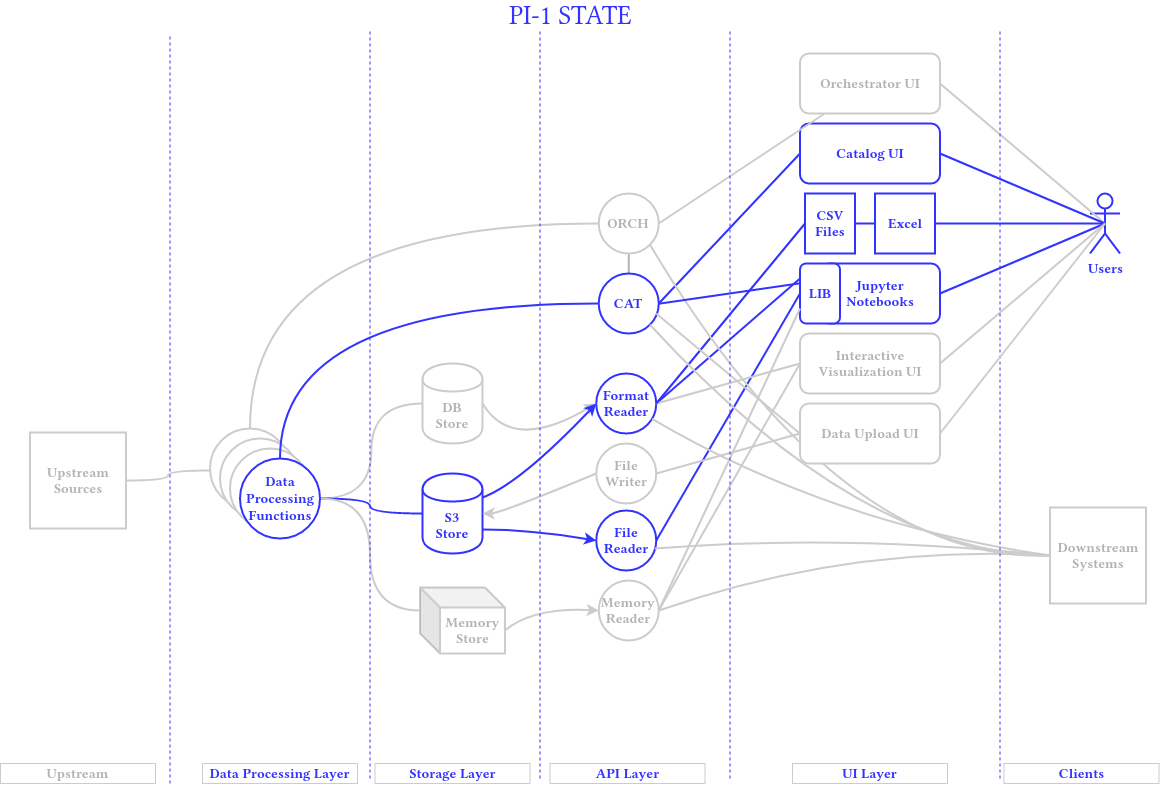
Above: light-pi1-state.png in victor-kolesnikov/light-design (draw.io), before the change. Source tidied: cells renumbered, new cells last; positions are measured from the earlier drawing's top-left corner, leaving out a move shared by most shapes.
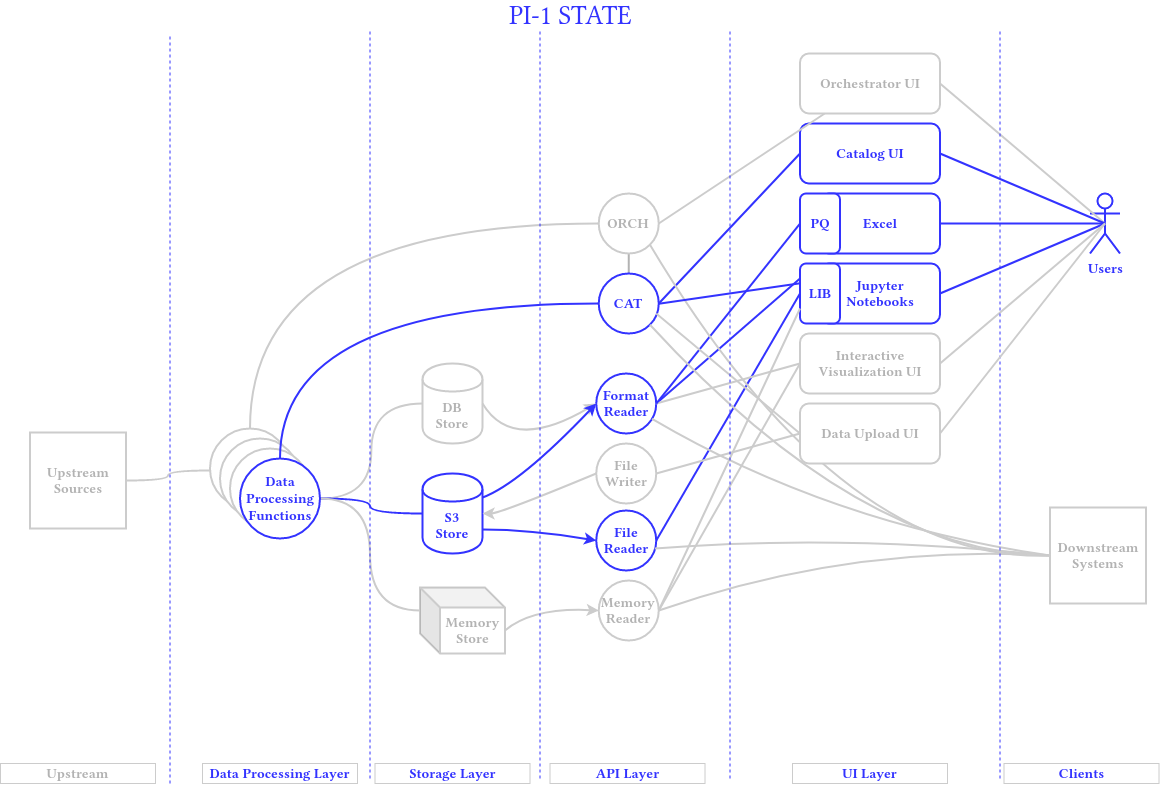
After the change.

What changed in the source:
```diff
@@ -102,7 +102,7 @@
     <mxCell id="29" style="endArrow=none;html=1;strokeColor=#CCCCCC;strokeWidth=2;exitX=1;exitY=0.5;exitDx=0;exitDy=0;entryX=0;entryY=0.5;entryDx=0;entryDy=0;endFill=0;fontColor=#B3B3B3;" parent="1" edge="1" source="7" target="22">
       <mxGeometry relative="1" as="geometry" />
     </mxCell>
-    <mxCell id="30" style="endArrow=none;html=1;strokeColor=#3333FF;strokeWidth=2;exitX=1;exitY=0.5;exitDx=0;exitDy=0;entryX=0;entryY=0.5;entryDx=0;entryDy=0;endFill=0;fontColor=#3333FF;" parent="1" edge="1" source="4" target="72">
+    <mxCell id="30" style="endArrow=none;html=1;strokeColor=#3333FF;strokeWidth=2;exitX=1;exitY=0.5;exitDx=0;exitDy=0;entryX=0;entryY=0.5;entryDx=0;entryDy=0;endFill=0;fontColor=#3333FF;" parent="1" edge="1" source="4" target="73">
       <mxGeometry relative="1" as="geometry" />
     </mxCell>
     <mxCell id="31" style="endArrow=none;html=1;strokeColor=#3333FF;strokeWidth=2;entryX=1;entryY=0.5;entryDx=0;entryDy=0;exitX=0.5;exitY=0.5;exitDx=0;exitDy=0;exitPerimeter=0;fontColor=#3333FF;" parent="1" edge="1" source="17" target="70">
@@ -273,14 +273,11 @@
         <mxPoint x="799.8" y="277.7" as="targetPoint" />
       </mxGeometry>
     </mxCell>
-    <mxCell id="70" value="&lt;font size=&quot;1&quot; color=&quot;#3333FF&quot;&gt;&lt;b style=&quot;font-size: 14px&quot;&gt;Excel &lt;br&gt;&lt;/b&gt;&lt;/font&gt;" style="rounded=0;whiteSpace=wrap;html=1;strokeColor=#3333FF;strokeWidth=2;fillColor=#FFFFFF;" parent="1" vertex="1">
-      <mxGeometry x="874.5" y="188" width="60" height="60" as="geometry" />
+    <mxCell id="70" value="&lt;font style=&quot;font-size: 14px&quot;&gt;&lt;b&gt;&lt;font style=&quot;font-size: 14px&quot; color=&quot;#3333FF&quot;&gt;Excel&lt;/font&gt;&lt;/b&gt;&lt;/font&gt;" style="rounded=1;whiteSpace=wrap;html=1;strokeColor=#3333FF;strokeWidth=2;fillColor=#FFFFFF;" parent="1" vertex="1">
+      <mxGeometry x="819.5" y="188" width="120" height="60" as="geometry" />
     </mxCell>
-    <mxCell id="71" style="edgeStyle=orthogonalEdgeStyle;rounded=0;jettySize=auto;html=1;exitX=1;exitY=0.5;exitDx=0;exitDy=0;entryX=0;entryY=0.5;entryDx=0;entryDy=0;strokeColor=#3333FF;endArrow=none;endFill=0;strokeWidth=2;" parent="1" edge="1" source="72" target="70">
-      <mxGeometry relative="1" as="geometry" />
-    </mxCell>
-    <mxCell id="72" value="&lt;div style=&quot;font-size: 14px;&quot;&gt;CSV&lt;/div&gt;&lt;div style=&quot;font-size: 14px;&quot;&gt;Files&lt;br style=&quot;font-size: 14px;&quot;&gt;&lt;/div&gt;" style="rounded=0;whiteSpace=wrap;html=1;strokeColor=#3333FF;strokeWidth=2;fontStyle=1;fontSize=14;fontColor=#3333FF;" parent="1" vertex="1">
-      <mxGeometry x="804.5" y="188" width="50" height="60" as="geometry" />
-    </mxCell>
+    <mxCell id="73" value="&lt;font size=&quot;1&quot;&gt;&lt;b&gt;&lt;font style=&quot;font-size: 14px&quot; color=&quot;#3333FF&quot;&gt;PQ&lt;/font&gt;&lt;/b&gt;&lt;/font&gt;" style="rounded=1;whiteSpace=wrap;html=1;strokeColor=#3333FF;strokeWidth=2;fillColor=#FFFFFF;" parent="1" vertex="1">
+      <mxGeometry x="799.5" y="188" width="40" height="60" as="geometry" />
+    </mxCell>
   </root>
 </mxGraphModel>
```
